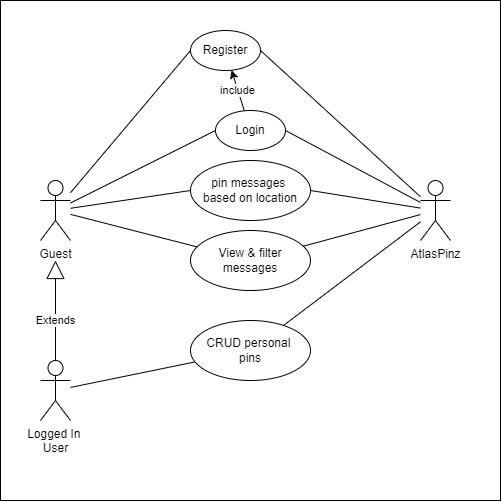
Earlier version of the draw.io export SP - Use Case Diagram.drawio.png (Perla-Al-Haddad/skyline-pins). Source tidied: cells renumbered, new cells last; positions are measured from the earlier drawing's top-left corner, leaving out a move shared by most shapes.
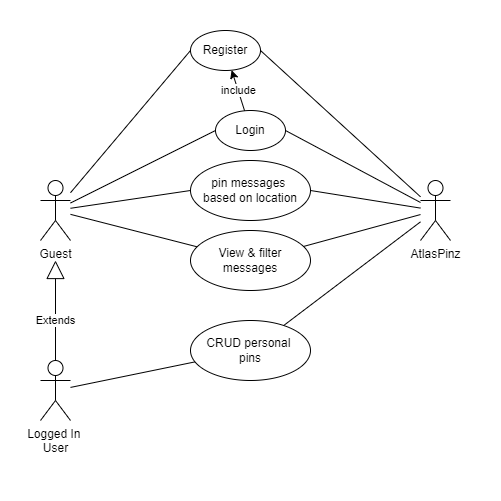
The same diagram one commit later.

Change to the diagram source:
```diff
@@ -2,7 +2,7 @@
   <root>
     <mxCell id="0" />
     <mxCell id="1" parent="0" />
-    <mxCell id="2" style="rounded=0;whiteSpace=wrap;html=1;" parent="1" vertex="1">
+    <mxCell id="2" style="rounded=0;whiteSpace=wrap;html=1;gradientColor=none;strokeColor=none;" parent="1" vertex="1">
       <mxGeometry width="500" height="500" as="geometry" />
     </mxCell>
     <mxCell id="3" value="Guest" style="shape=umlActor;verticalLabelPosition=bottom;verticalAlign=top;html=1;outlineConnect=0;" parent="1" vertex="1">
```
